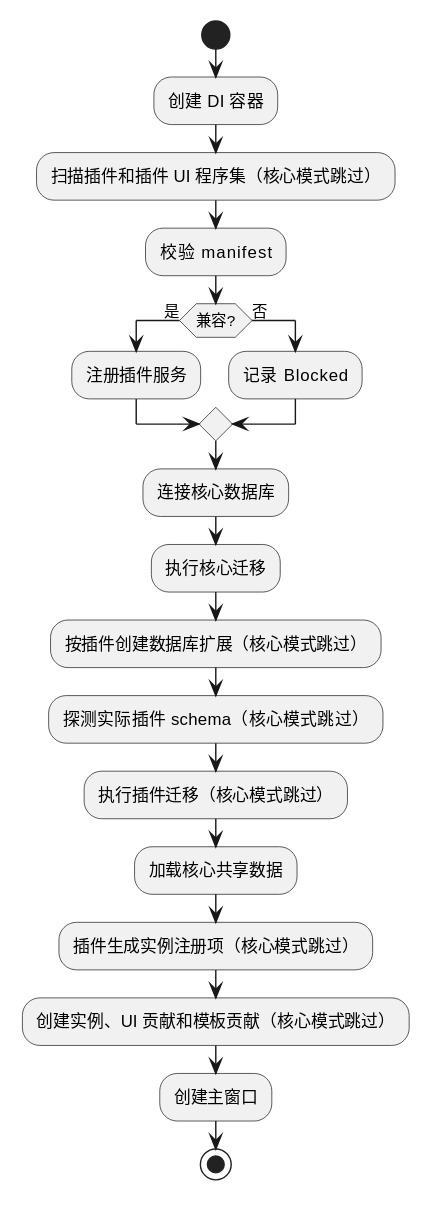
Above: Docs/diagrams/startup-lifecycle.svg in micro123/diary-app (PlantUML), before the change.
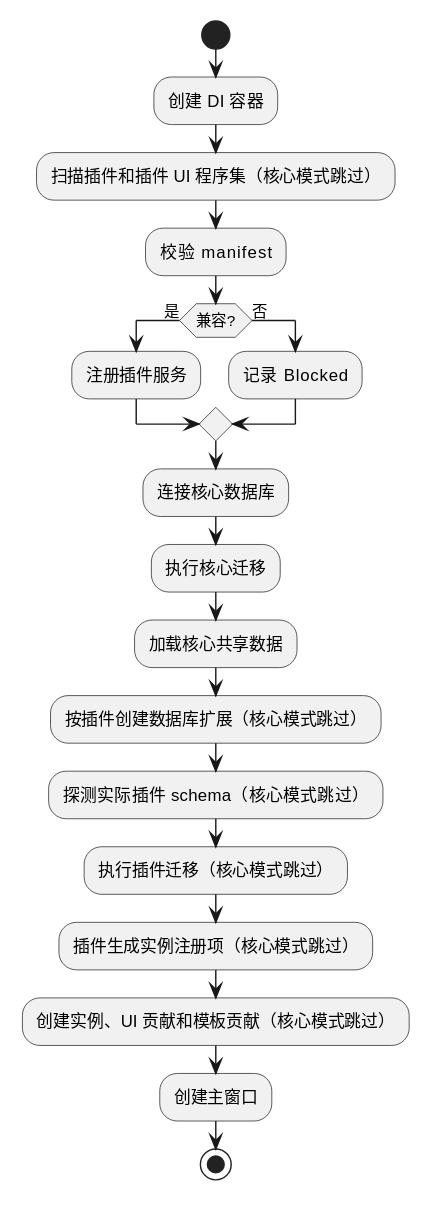
Later version of the same file.

What changed in the source:
```diff
@@ -10,10 +10,10 @@
 endif
 :连接核心数据库;
 :执行核心迁移;
+:加载核心共享数据;
 :按插件创建数据库扩展（核心模式跳过）;
 :探测实际插件 schema（核心模式跳过）;
 :执行插件迁移（核心模式跳过）;
-:加载核心共享数据;
 :插件生成实例注册项（核心模式跳过）;
 :创建实例、UI 贡献和模板贡献（核心模式跳过）;
 :创建主窗口;
```
